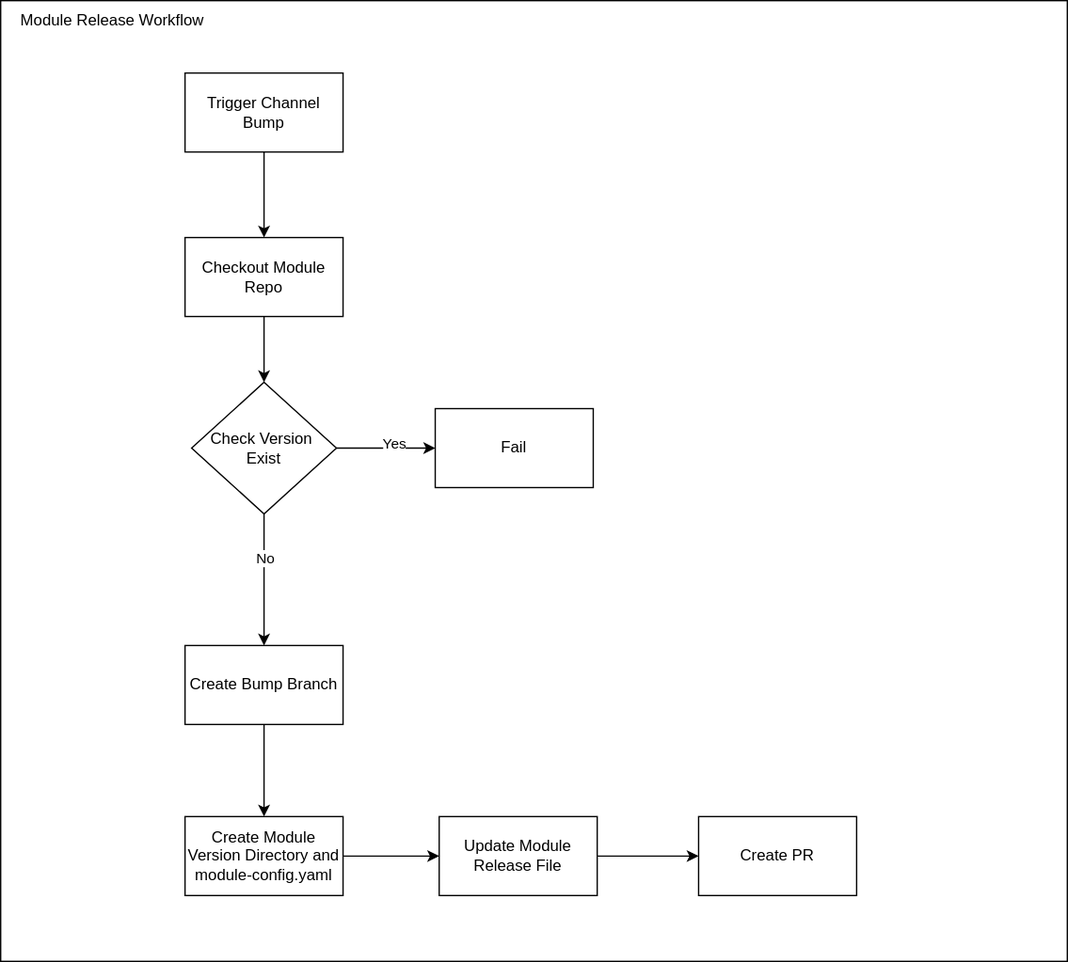
kyma-project/telemetry-manager keeps this draw.io diagram as docs/contributor/assets/auditable-release-module-release.drawio.svg. Above is the earlier version. Source tidied: cells renumbered, new cells last; positions are measured from the earlier drawing's top-left corner, leaving out a move shared by most shapes.
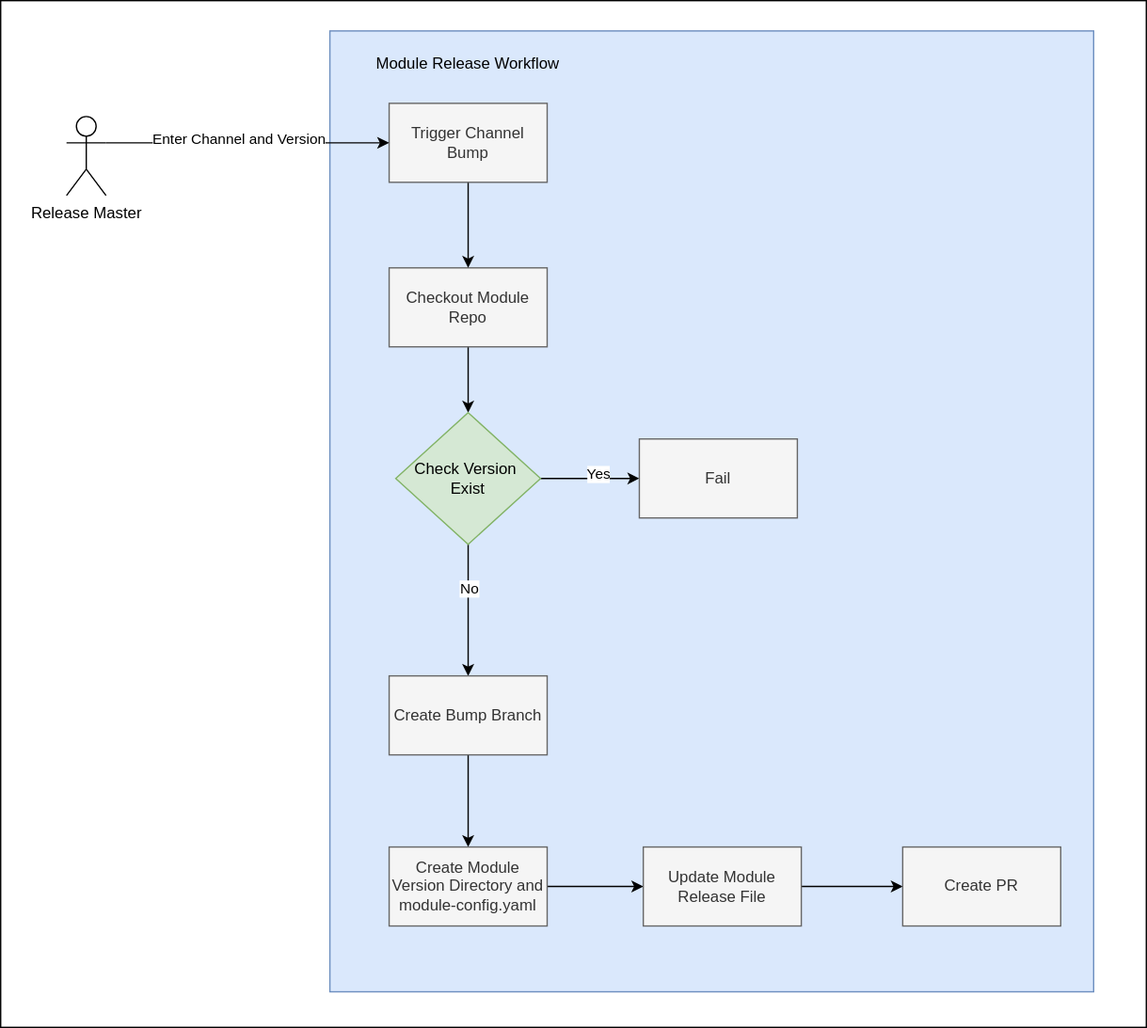
Later version of the same file.

What changed in the source:
```diff
@@ -2,13 +2,16 @@
   <root>
     <mxCell id="0" />
     <mxCell id="1" parent="0" />
+    <mxCell id="21" style="rounded=0;whiteSpace=wrap;html=1;" parent="1" vertex="1">
+      <mxGeometry x="-155" y="-23" width="870" height="780" as="geometry" />
+    </mxCell>
-    <mxCell id="2" style="rounded=0;whiteSpace=wrap;html=1;" parent="1" vertex="1">
-      <mxGeometry width="810" height="730" as="geometry" />
+    <mxCell id="2" style="rounded=0;whiteSpace=wrap;html=1;fillColor=#dae8fc;strokeColor=#6c8ebf;" parent="1" vertex="1">
+      <mxGeometry x="95" width="580" height="730" as="geometry" />
     </mxCell>
     <mxCell id="3" style="edgeStyle=orthogonalEdgeStyle;rounded=0;jettySize=auto;html=1;exitX=0.5;exitY=1;exitDx=0;exitDy=0;entryX=0.5;entryY=0;entryDx=0;entryDy=0;" parent="1" edge="1" source="4" target="9">
       <mxGeometry relative="1" as="geometry" />
     </mxCell>
-    <mxCell id="4" value="Checkout Module Repo" style="rounded=0;whiteSpace=wrap;html=1;" parent="1" vertex="1">
+    <mxCell id="4" value="Checkout Module Repo" style="rounded=0;whiteSpace=wrap;html=1;fillColor=#f5f5f5;fontColor=#333333;strokeColor=#666666;" parent="1" vertex="1">
       <mxGeometry x="140" y="180" width="120" height="60" as="geometry" />
     </mxCell>
     <mxCell id="5" style="edgeStyle=orthogonalEdgeStyle;rounded=0;jettySize=auto;html=1;exitX=1;exitY=0.5;exitDx=0;exitDy=0;entryX=0;entryY=0.5;entryDx=0;entryDy=0;" parent="1" edge="1" source="9" target="10">
@@ -23,41 +26,52 @@
     <mxCell id="8" value="No" style="edgeLabel;html=1;align=center;verticalAlign=middle;" parent="7" vertex="1">
       <mxGeometry x="-0.34" relative="1" as="geometry" />
     </mxCell>
-    <mxCell id="9" value="Check Version&amp;nbsp;&lt;div&gt;Exist&lt;/div&gt;" style="rhombus;whiteSpace=wrap;html=1;" parent="1" vertex="1">
+    <mxCell id="9" value="Check Version&amp;nbsp;&lt;div&gt;Exist&lt;/div&gt;" style="rhombus;whiteSpace=wrap;html=1;fillColor=#d5e8d4;strokeColor=#82b366;" parent="1" vertex="1">
       <mxGeometry x="145" y="290" width="110" height="100" as="geometry" />
     </mxCell>
-    <mxCell id="10" value="Fail" style="rounded=0;whiteSpace=wrap;html=1;" parent="1" vertex="1">
+    <mxCell id="10" value="Fail" style="rounded=0;whiteSpace=wrap;html=1;fillColor=#f5f5f5;fontColor=#333333;strokeColor=#666666;" parent="1" vertex="1">
       <mxGeometry x="330" y="310" width="120" height="60" as="geometry" />
     </mxCell>
     <mxCell id="11" style="edgeStyle=orthogonalEdgeStyle;rounded=0;jettySize=auto;html=1;exitX=0.5;exitY=1;exitDx=0;exitDy=0;" parent="1" edge="1" source="12" target="16">
       <mxGeometry relative="1" as="geometry" />
     </mxCell>
-    <mxCell id="12" value="Create Bump Branch" style="rounded=0;whiteSpace=wrap;html=1;" parent="1" vertex="1">
+    <mxCell id="12" value="Create Bump Branch" style="rounded=0;whiteSpace=wrap;html=1;fillColor=#f5f5f5;fontColor=#333333;strokeColor=#666666;" parent="1" vertex="1">
       <mxGeometry x="140" y="490" width="120" height="60" as="geometry" />
     </mxCell>
     <mxCell id="13" style="edgeStyle=orthogonalEdgeStyle;rounded=0;jettySize=auto;html=1;exitX=0.5;exitY=1;exitDx=0;exitDy=0;entryX=0.5;entryY=0;entryDx=0;entryDy=0;" parent="1" edge="1" source="14" target="4">
       <mxGeometry relative="1" as="geometry" />
     </mxCell>
-    <mxCell id="14" value="Trigger Channel Bump" style="rounded=0;whiteSpace=wrap;html=1;" parent="1" vertex="1">
+    <mxCell id="14" value="Trigger Channel Bump" style="rounded=0;whiteSpace=wrap;html=1;fillColor=#f5f5f5;fontColor=#333333;strokeColor=#666666;" parent="1" vertex="1">
       <mxGeometry x="140" y="55" width="120" height="60" as="geometry" />
     </mxCell>
     <mxCell id="15" style="edgeStyle=orthogonalEdgeStyle;rounded=0;jettySize=auto;html=1;exitX=1;exitY=0.5;exitDx=0;exitDy=0;entryX=0;entryY=0.5;entryDx=0;entryDy=0;" parent="1" edge="1" source="16" target="18">
       <mxGeometry relative="1" as="geometry" />
     </mxCell>
-    <mxCell id="16" value="Create Module Version Directory and module-config.yaml" style="rounded=0;whiteSpace=wrap;html=1;" parent="1" vertex="1">
+    <mxCell id="16" value="Create Module Version Directory and module-config.yaml" style="rounded=0;whiteSpace=wrap;html=1;fillColor=#f5f5f5;fontColor=#333333;strokeColor=#666666;" parent="1" vertex="1">
       <mxGeometry x="140" y="620" width="120" height="60" as="geometry" />
     </mxCell>
     <mxCell id="17" style="edgeStyle=orthogonalEdgeStyle;rounded=0;jettySize=auto;html=1;exitX=1;exitY=0.5;exitDx=0;exitDy=0;entryX=0;entryY=0.5;entryDx=0;entryDy=0;" parent="1" edge="1" source="18" target="19">
       <mxGeometry relative="1" as="geometry" />
     </mxCell>
-    <mxCell id="18" value="Update Module Release File" style="rounded=0;whiteSpace=wrap;html=1;" parent="1" vertex="1">
+    <mxCell id="18" value="Update Module Release File" style="rounded=0;whiteSpace=wrap;html=1;fillColor=#f5f5f5;fontColor=#333333;strokeColor=#666666;" parent="1" vertex="1">
       <mxGeometry x="333" y="620" width="120" height="60" as="geometry" />
     </mxCell>
-    <mxCell id="19" value="Create PR" style="rounded=0;whiteSpace=wrap;html=1;" parent="1" vertex="1">
+    <mxCell id="19" value="Create PR" style="rounded=0;whiteSpace=wrap;html=1;fillColor=#f5f5f5;fontColor=#333333;strokeColor=#666666;" parent="1" vertex="1">
       <mxGeometry x="530" y="620" width="120" height="60" as="geometry" />
     </mxCell>
     <mxCell id="20" value="Module Release Workflow" style="text;html=1;whiteSpace=wrap;strokeColor=none;fillColor=none;align=center;verticalAlign=middle;rounded=0;" parent="1" vertex="1">
-      <mxGeometry width="170" height="30" as="geometry" />
+      <mxGeometry x="115" y="10" width="170" height="30" as="geometry" />
     </mxCell>
+    <mxCell id="22" style="edgeStyle=orthogonalEdgeStyle;rounded=0;jettySize=auto;html=1;exitX=1;exitY=0.3333333333333333;exitDx=0;exitDy=0;exitPerimeter=0;entryX=0;entryY=0.5;entryDx=0;entryDy=0;" parent="1" edge="1" source="24" target="14">
+      <mxGeometry relative="1" as="geometry" />
+    </mxCell>
+    <mxCell id="23" value="Enter Channel and Version" style="edgeLabel;html=1;align=center;verticalAlign=middle;" parent="22" vertex="1">
+      <mxGeometry x="-0.28" y="4" relative="1" as="geometry">
+        <mxPoint x="22" as="offset" />
+      </mxGeometry>
+    </mxCell>
+    <mxCell id="24" value="Release Master" style="shape=umlActor;verticalLabelPosition=bottom;verticalAlign=top;html=1;outlineConnect=0;" parent="1" vertex="1">
+      <mxGeometry x="-105" y="65" width="30" height="60" as="geometry" />
+    </mxCell>
   </root>
 </mxGraphModel>
```
